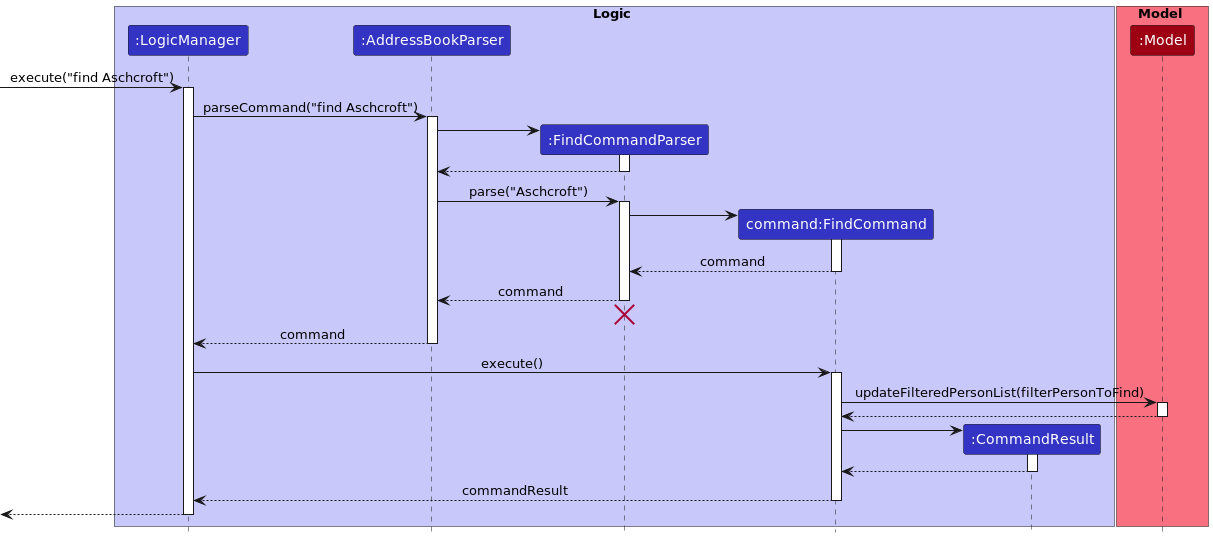
nus-cs2103-AY2223S1/tp keeps this PlantUML diagram as docs/images/FindSequenceDiagram.png. Above is the earlier version.
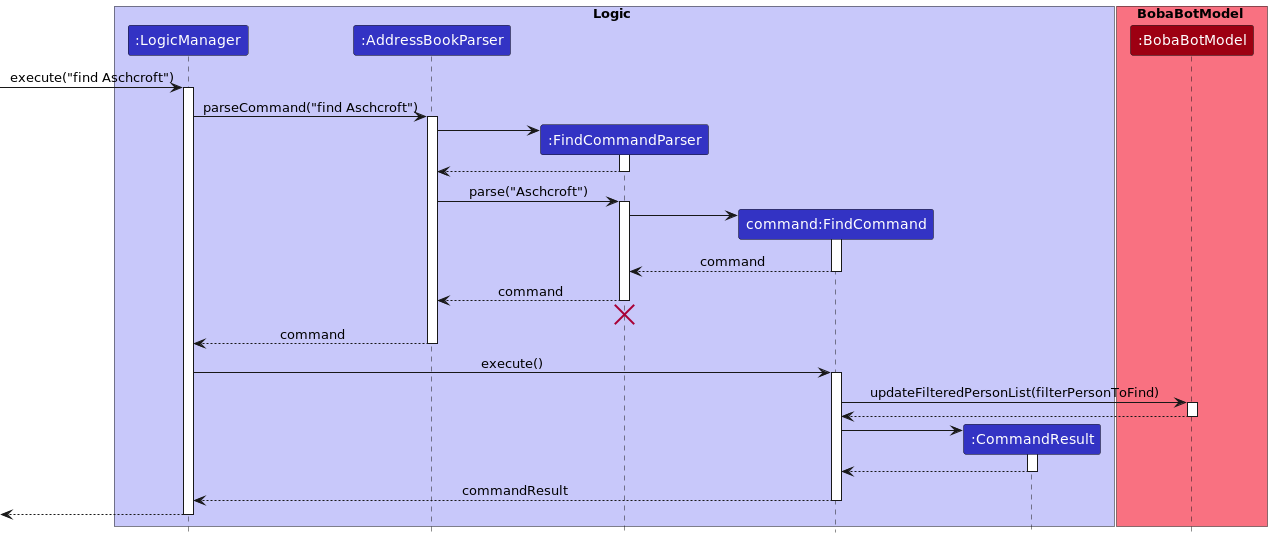
After the commit.

What changed in the source:
```diff
@@ -9,8 +9,8 @@
 participant ":CommandResult" as CommandResult LOGIC_COLOR
 end box
 
-box Model MODEL_COLOR_T1
-participant ":Model" as Model MODEL_COLOR
+box BobaBotModel MODEL_COLOR_T1
+participant ":BobaBotModel" as BobaBotModel MODEL_COLOR
 end box
 
 [-> LogicManager : execute("find Aschcroft")
@@ -46,11 +46,11 @@
 LogicManager -> FindCommand : execute()
 activate FindCommand
 
-FindCommand -> Model : updateFilteredPersonList(filterPersonToFind)
-activate Model
+FindCommand -> BobaBotModel : updateFilteredPersonList(filterPersonToFind)
+activate BobaBotModel
 
-Model --> FindCommand
-deactivate Model
+BobaBotModel --> FindCommand
+deactivate BobaBotModel
 
 create CommandResult
 FindCommand -> CommandResult
```
